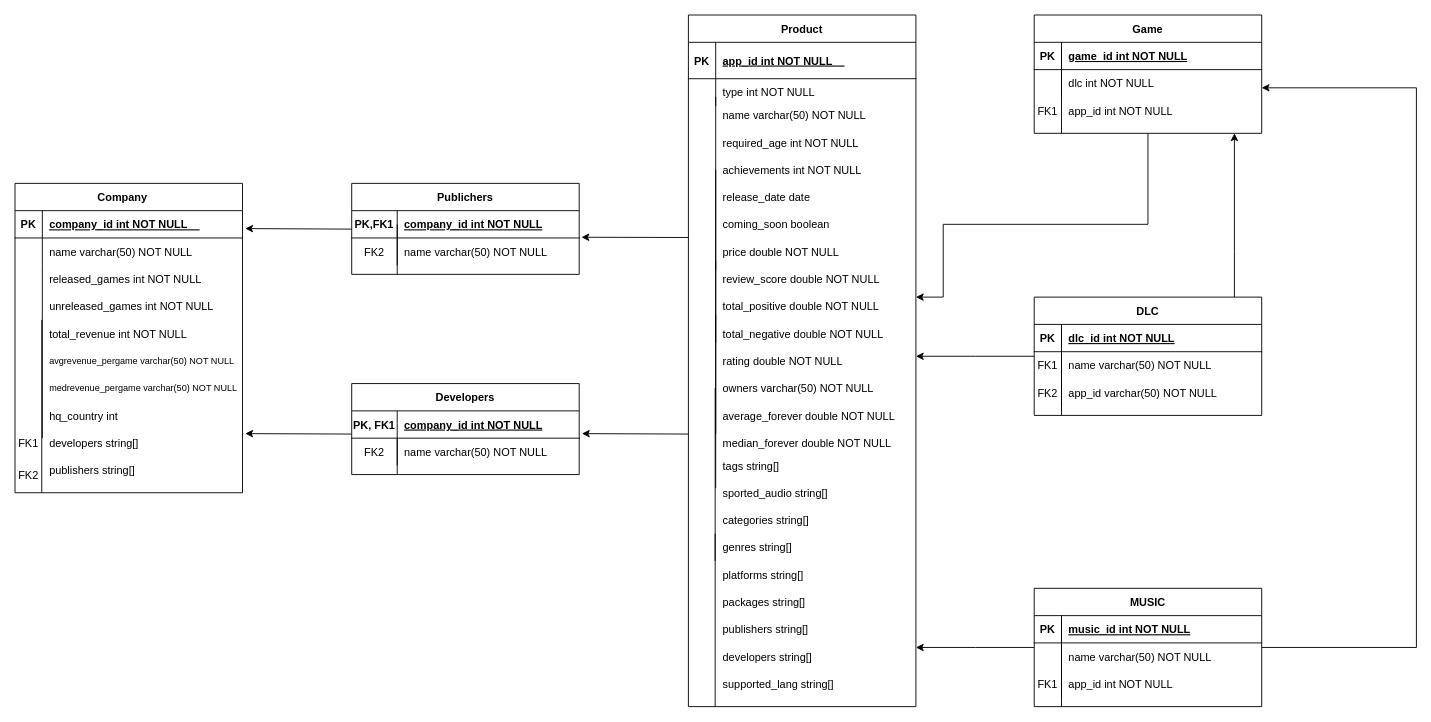
Before: Trabalho/Untitled Diagram.drawio in Cyber-Dragon-18/BD, a draw.io diagram. Source tidied: cells renumbered, new cells numbered last; positions are measured from the earlier drawing's top-left corner, leaving out a move shared by most shapes. Both pictures are drawn from the tidied source at 91%, with x=0, y=0 at pixel (15, 15).
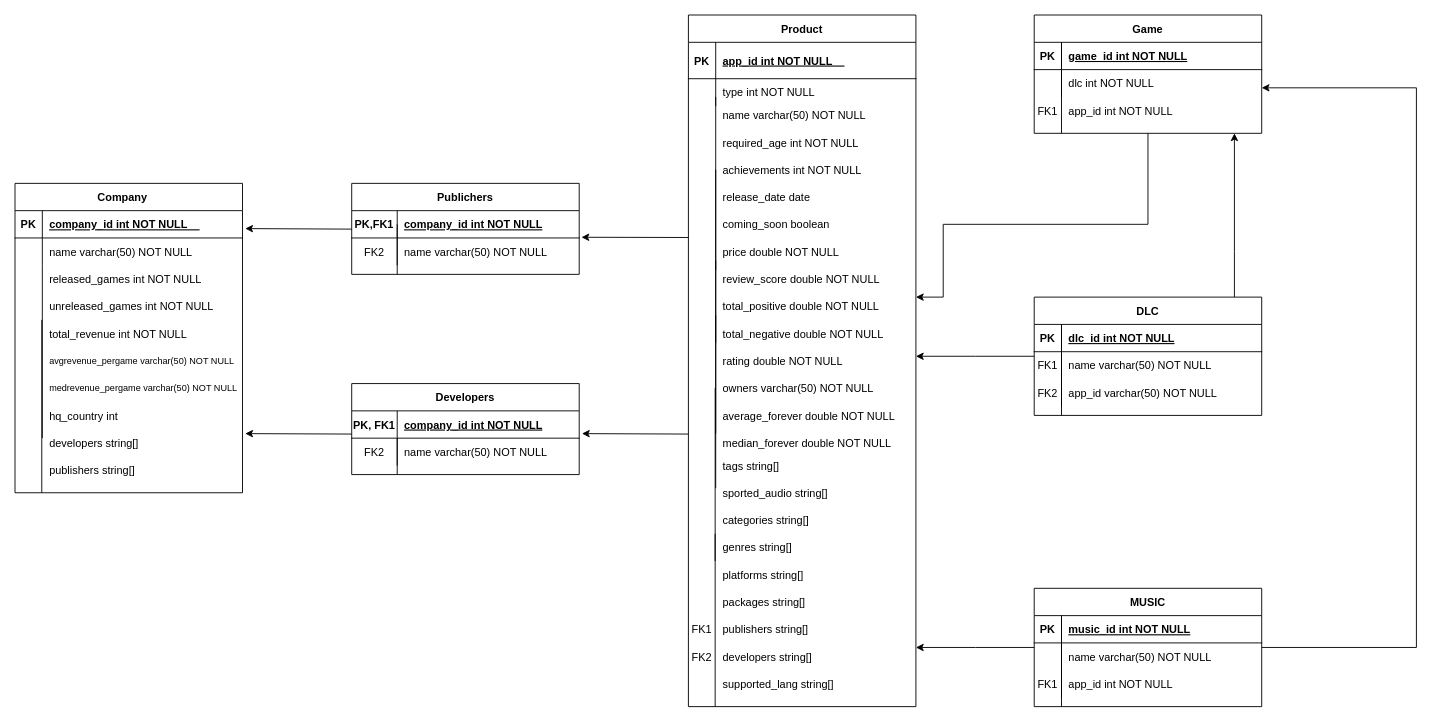
Above is the later version.

Diff of the diagram source:
```diff
@@
-    <mxCell id="92" value="FK1" style="shape=partialRectangle;overflow=hidden;fillColor=none;top=0;left=0;bottom=0;right=0;" parent="1" vertex="1">
+    <mxCell id="92" style="shape=partialRectangle;overflow=hidden;fillColor=none;top=0;left=0;bottom=0;right=0;" parent="1" vertex="1">
       <mxGeometry y="455" width="30" height="30" as="geometry" />
     </mxCell>
-    <mxCell id="93" value="FK2" style="shape=partialRectangle;overflow=hidden;fillColor=none;top=0;left=0;bottom=0;right=0;" parent="1" vertex="1">
+    <mxCell id="93" style="shape=partialRectangle;overflow=hidden;fillColor=none;top=0;left=0;bottom=0;right=0;" parent="1" vertex="1">
       <mxGeometry y="490" width="30" height="30" as="geometry" />
     </mxCell>
@@
+    <mxCell id="114" value="FK1" style="shape=partialRectangle;overflow=hidden;fillColor=none;top=0;left=0;bottom=0;right=0;" parent="1" vertex="1">
+      <mxGeometry x="740" y="660" width="30" height="30" as="geometry" />
+    </mxCell>
+    <mxCell id="115" value="FK2" style="shape=partialRectangle;overflow=hidden;fillColor=none;top=0;left=0;bottom=0;right=0;" parent="1" vertex="1">
+      <mxGeometry x="740" y="690" width="30" height="30" as="geometry" />
+    </mxCell>
```
